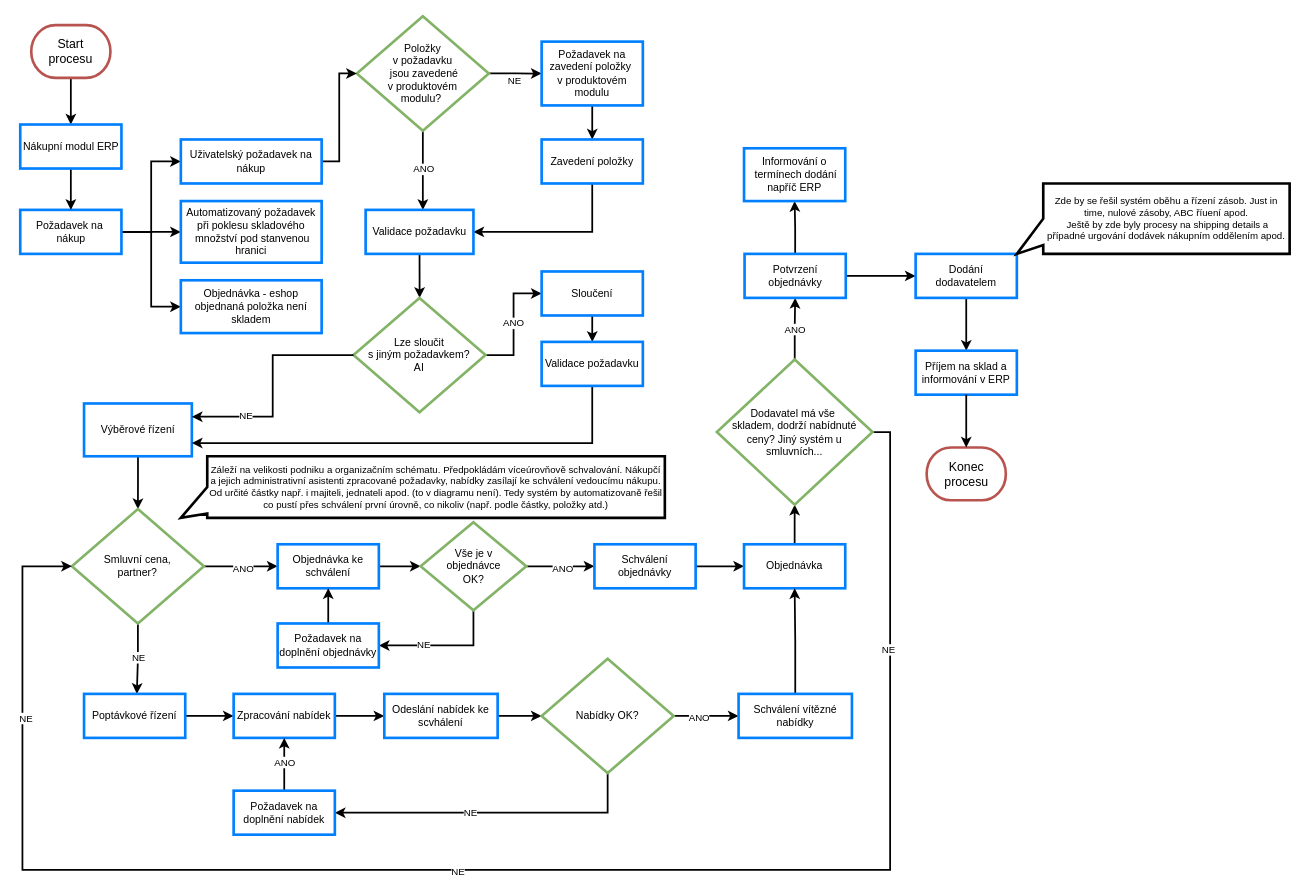
janbavor/drawio keeps this draw.io diagram as page "Stránka-2" (2 of 3) of asseco_solutions/asseco_solution_case_study_v1.drawio. Above is the earlier version. Source tidied: cells renumbered, new cells numbered last; positions are measured from the earlier drawing's top-left corner, leaving out a move shared by most shapes. Both pictures are drawn from the tidied source at 88%, with x=0, y=0 at pixel (20, 16).
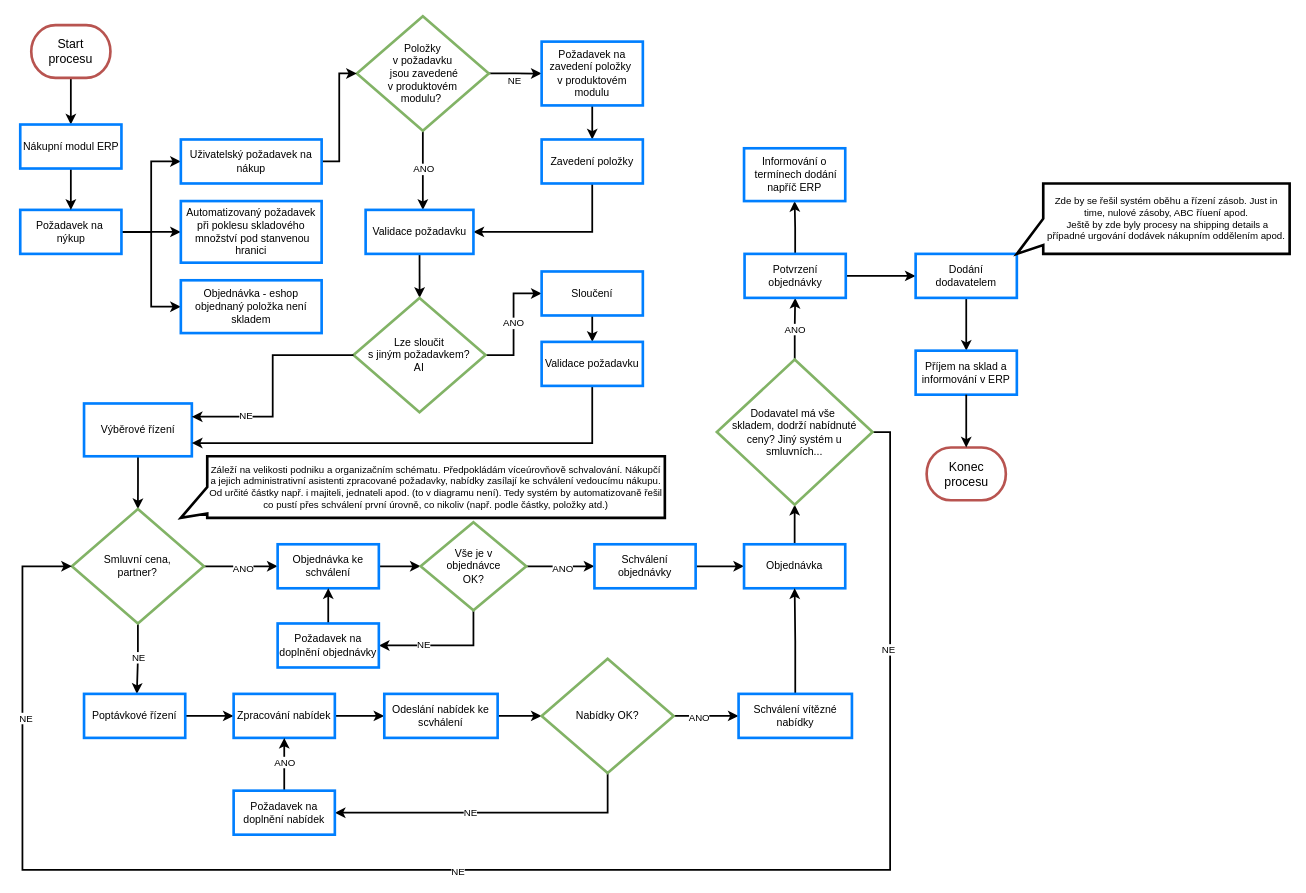
The same diagram, later.

Change to the diagram source:
```diff
@@
-    <mxCell id="8" value="Požadavek na&amp;nbsp;&lt;br&gt;nákup" style="whiteSpace=wrap;html=1;fillColor=none;strokeColor=#007FFF;strokeWidth=3;fillStyle=auto;fontColor=#000000;" parent="1" vertex="1">
+    <mxCell id="8" value="Požadavek na&amp;nbsp;&lt;br&gt;nýkup" style="whiteSpace=wrap;html=1;fillColor=none;strokeColor=#007FFF;strokeWidth=3;fillStyle=auto;fontColor=#000000;" parent="1" vertex="1">
       <mxGeometry x="-0.5" y="220" width="115" height="50" as="geometry" />
     </mxCell>
@@
-    <mxCell id="20" value="Objednávka - eshop&lt;br&gt;objednaná položka není skladem" style="whiteSpace=wrap;html=1;fillColor=none;strokeColor=#007FFF;strokeWidth=3;fillStyle=auto;fontColor=#000000;" parent="1" vertex="1">
+    <mxCell id="20" value="Objednávka - eshop&lt;br&gt;objednaný položka není skladem" style="whiteSpace=wrap;html=1;fillColor=none;strokeColor=#007FFF;strokeWidth=3;fillStyle=auto;fontColor=#000000;" parent="1" vertex="1">
       <mxGeometry x="182" y="300" width="160" height="60" as="geometry" />
     </mxCell>
```
